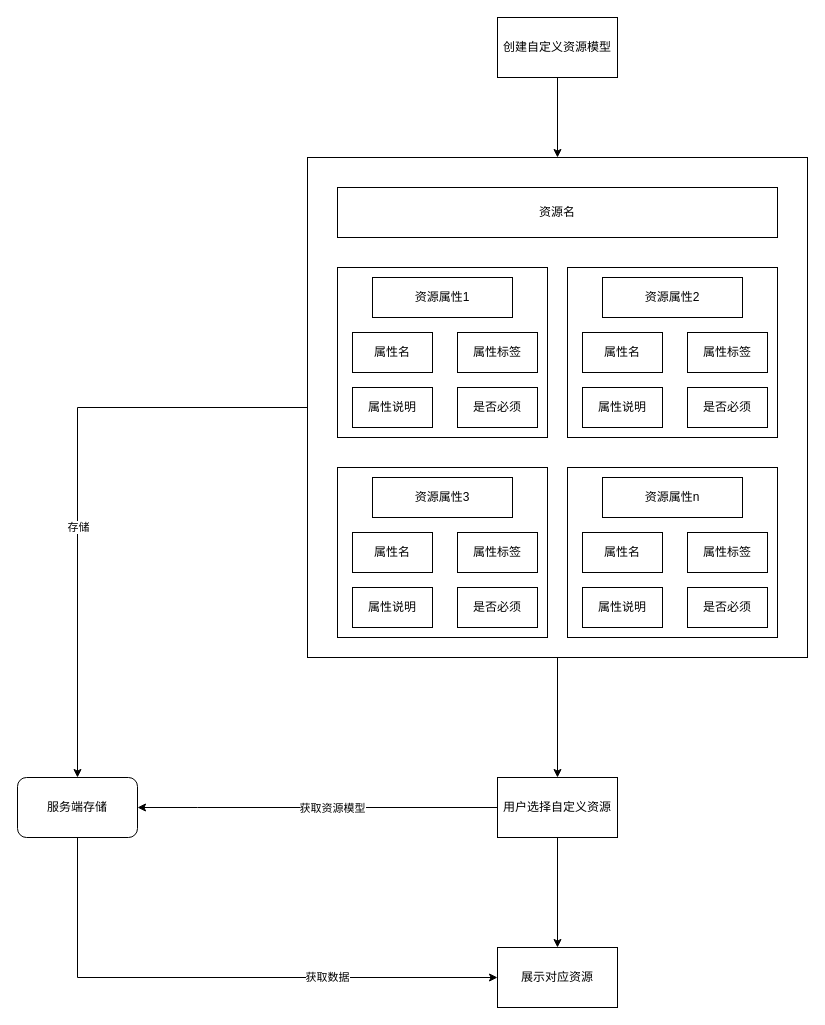
This is 自定义资源管理.drawio from miracleEverywhere/draw.io, a draw.io file, before an edit. Source tidied: cells renumbered, new cells numbered last; positions are measured from the earlier drawing's top-left corner, leaving out a move shared by most shapes. Both pictures are drawn from the tidied source at 100%, with x=0, y=0 at pixel (17, 17).
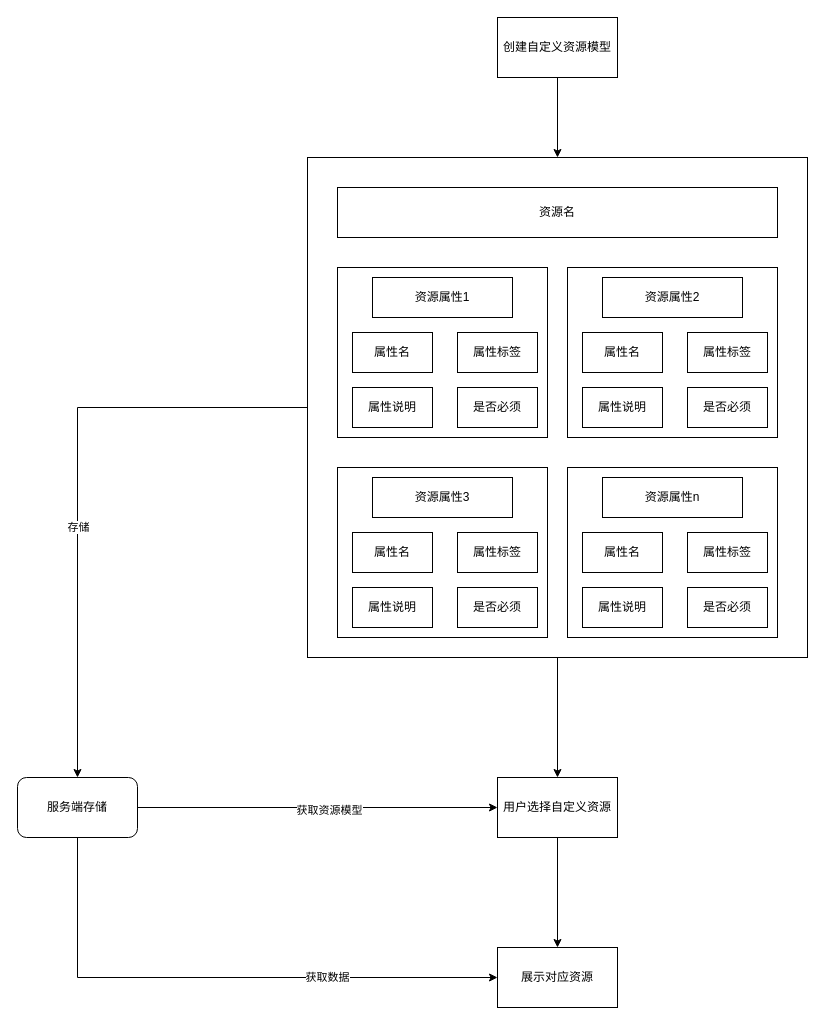
After the change.

Commit message (it also covers changes not shown here):
更新自定义资源管理.drawio

Unchanged cells that the change refers to:
```xml
<mxCell id="35" value="服务端存储" style="rounded=1;whiteSpace=wrap;html=1;" parent="1" vertex="1">
  <mxGeometry y="760" width="120" height="60" as="geometry" />
</mxCell>
<mxCell id="37" value="用户选择自定义资源" style="rounded=0;whiteSpace=wrap;html=1;" parent="1" vertex="1">
  <mxGeometry x="480" y="760" width="120" height="60" as="geometry" />
</mxCell>
```

The edit, as a diff of the source:
```diff
@@
+    <mxCell id="41" style="edgeStyle=orthogonalEdgeStyle;rounded=0;jettySize=auto;html=1;exitX=1;exitY=0.5;exitDx=0;exitDy=0;entryX=0;entryY=0.5;entryDx=0;entryDy=0;" parent="1" edge="1" source="35" target="37">
+      <mxGeometry relative="1" as="geometry" />
+    </mxCell>
+    <mxCell id="39" value="获取资源模型" style="edgeLabel;html=1;align=center;verticalAlign=middle;" parent="41" vertex="1">
+      <mxGeometry x="0.06" y="-2" relative="1" as="geometry" />
+    </mxCell>
@@
-    <mxCell id="38" style="edgeStyle=orthogonalEdgeStyle;rounded=0;jettySize=auto;html=1;exitX=0;exitY=0.5;exitDx=0;exitDy=0;entryX=1;entryY=0.5;entryDx=0;entryDy=0;" parent="1" edge="1" source="37" target="35">
-      <mxGeometry relative="1" as="geometry">
-        <Array as="points">
-          <mxPoint x="180" y="790" />
-          <mxPoint x="180" y="790" />
-        </Array>
-      </mxGeometry>
-    </mxCell>
-    <mxCell id="39" value="获取资源模型" style="edgeLabel;html=1;align=center;verticalAlign=middle;" parent="38" vertex="1">
-      <mxGeometry x="-0.22" y="-3" relative="1" as="geometry">
-        <mxPoint x="-26" y="3" as="offset" />
-      </mxGeometry>
-    </mxCell>
```
